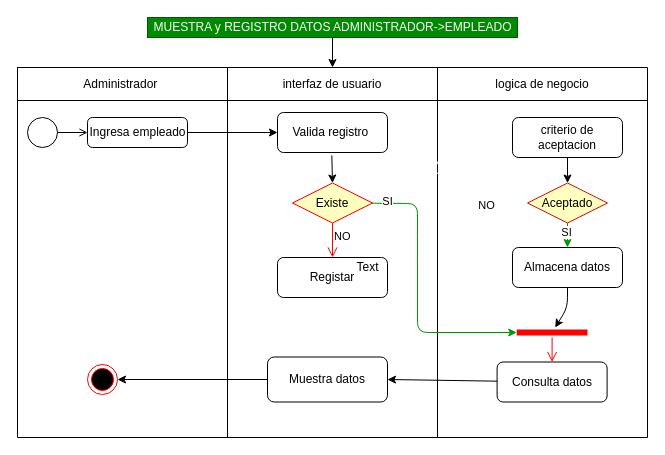
Above: Diagramas_Actividad/DAA.2.1.drawio in DavidArtavia/Activity_Diagram- (draw.io), before the change. Source tidied: cells renumbered, new cells numbered last; positions are measured from the earlier drawing's top-left corner, leaving out a move shared by most shapes. Both pictures are drawn from the tidied source at 100%, with x=0, y=0 at pixel (17, 17).
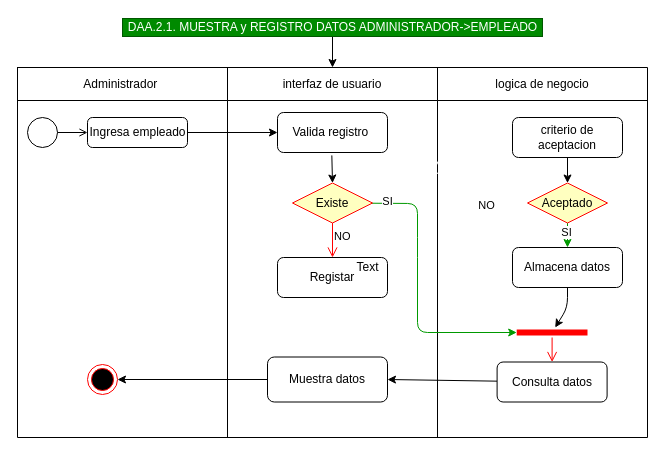
After the change.

Diff of the diagram source:
```diff
@@
-    <mxCell id="39" value="MUESTRA y REGISTRO DATOS ADMINISTRADOR-&amp;gt;EMPLEADO" style="text;html=1;align=center;verticalAlign=middle;points=[];rounded=0;fillColor=#008a00;fontColor=#ffffff;strokeColor=#005700;" parent="1" vertex="1">
-      <mxGeometry x="130" width="370" height="20" as="geometry" />
+    <mxCell id="39" value="DAA.2.1. MUESTRA y REGISTRO DATOS ADMINISTRADOR-&amp;gt;EMPLEADO" style="text;html=1;align=center;verticalAlign=middle;points=[];rounded=0;fillColor=#008a00;fontColor=#ffffff;strokeColor=#005700;" parent="1" vertex="1">
+      <mxGeometry x="105" y="1" width="420" height="18" as="geometry" />
     </mxCell>
```
